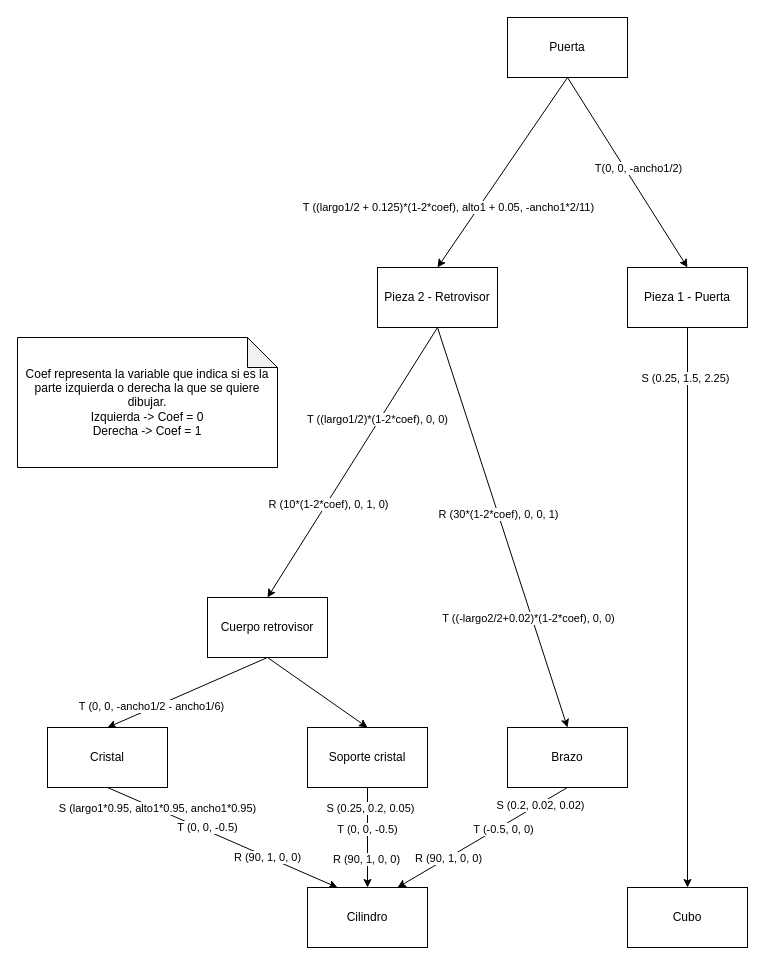
The draw.io diagram page "Puerta + Retrovisor" (5 of 20) of grafo_escena.drawio in jorgelerre/descapotable, before the edit. Source tidied: cells renumbered, new cells numbered last; positions are measured from the earlier drawing's top-left corner, leaving out a move shared by most shapes. Both pictures are drawn from the tidied source at 100%, with x=0, y=0 at pixel (17, 17).
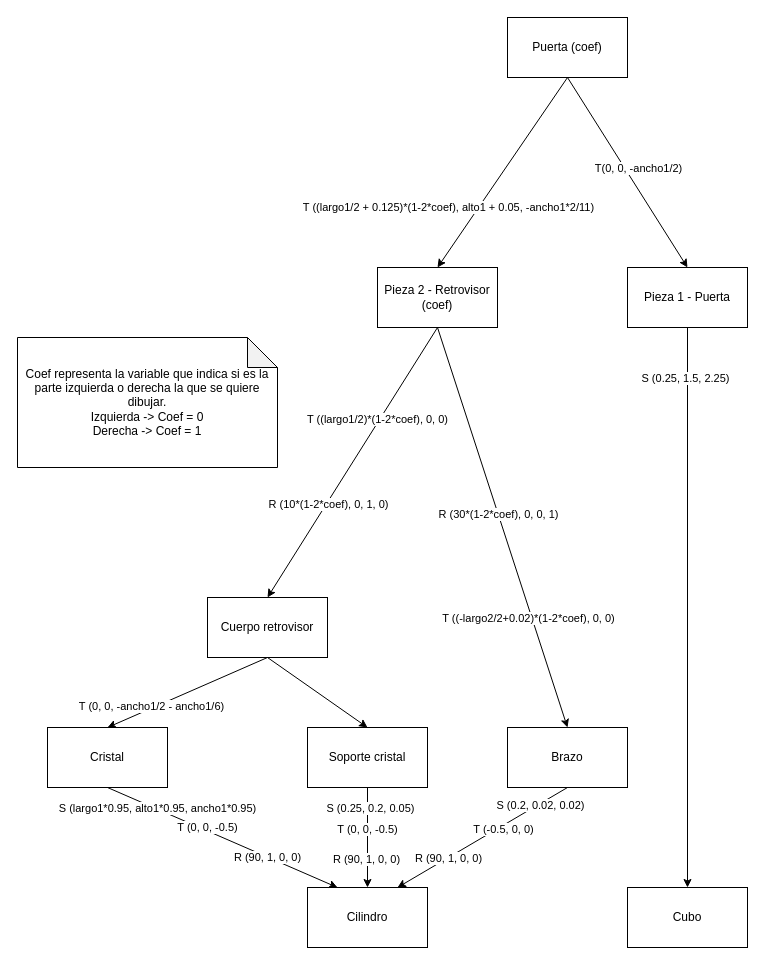
Above is the later version.

Diff of the diagram source:
```diff
@@
-    <mxCell id="2" value="Pieza 2 - Retrovisor" style="rounded=0;whiteSpace=wrap;html=1;" parent="1" vertex="1">
+    <mxCell id="2" value="Pieza 2 - Retrovisor (coef)" style="rounded=0;whiteSpace=wrap;html=1;" parent="1" vertex="1">
       <mxGeometry x="360" y="250" width="120" height="60" as="geometry" />
     </mxCell>
@@
-    <mxCell id="34" value="Puerta" style="rounded=0;whiteSpace=wrap;html=1;" parent="1" vertex="1">
+    <mxCell id="34" value="Puerta (coef)" style="rounded=0;whiteSpace=wrap;html=1;" parent="1" vertex="1">
       <mxGeometry x="490" width="120" height="60" as="geometry" />
     </mxCell>
```
